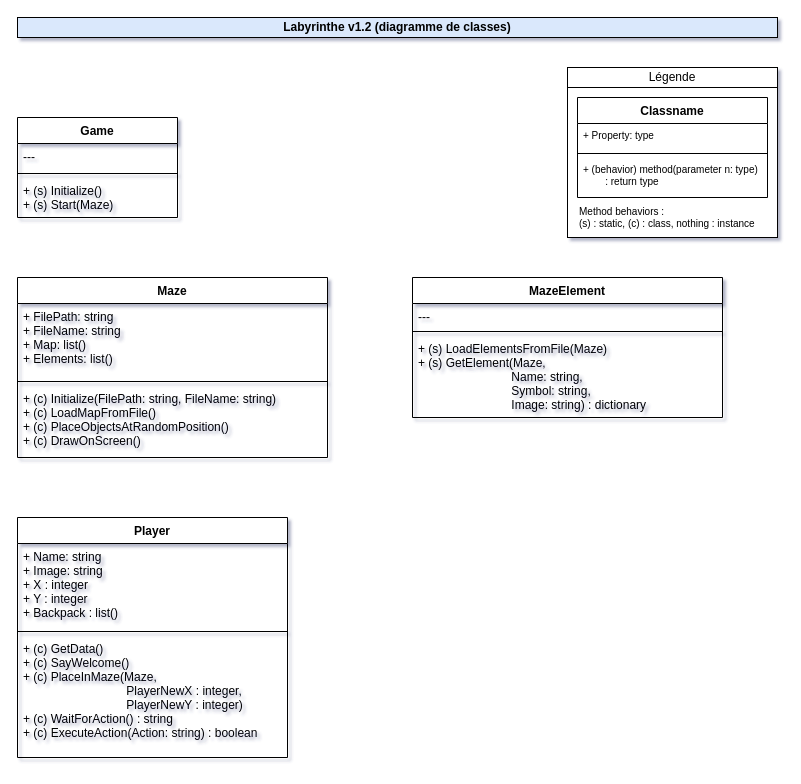
The draw.io diagram Documents/Class diagram - Maze v1.2.drawio in TheGoodBear/Python-5, before the edit. Source tidied: cells renumbered, new cells numbered last; positions are measured from the earlier drawing's top-left corner, leaving out a move shared by most shapes. Both pictures are drawn from the tidied source at 100%, with x=0, y=0 at pixel (17, 17).
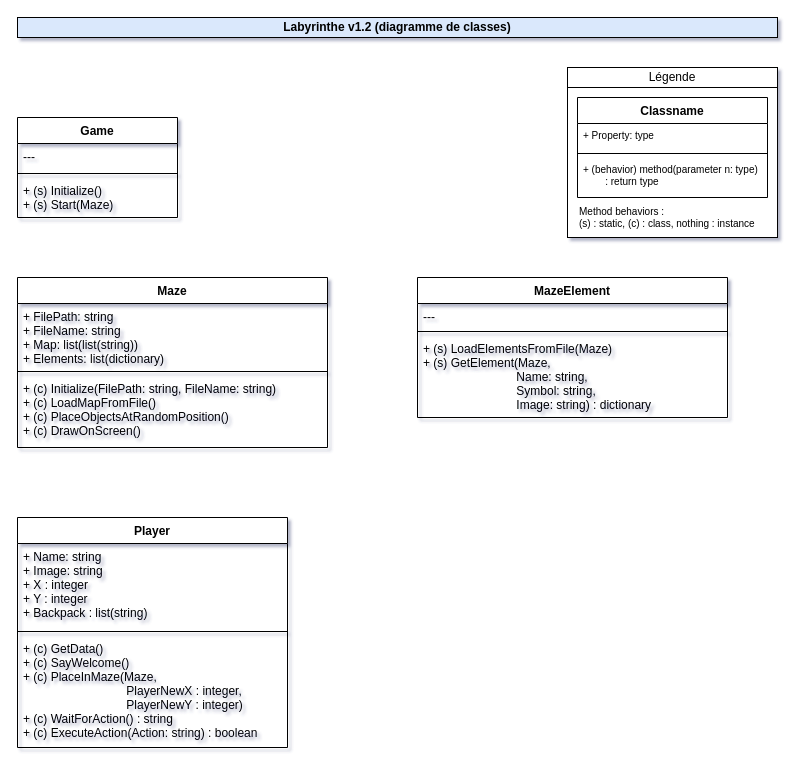
Above is the later version.

The edit, as a diff of the source:
```diff
@@
     <mxCell id="7" value="Maze" style="swimlane;fontStyle=1;align=center;verticalAlign=top;horizontal=1;startSize=26;" parent="1" vertex="1">
-      <mxGeometry y="260" width="310" height="180" as="geometry" />
+      <mxGeometry y="260" width="310" height="170" as="geometry" />
     </mxCell>
-    <mxCell id="8" value="+ FilePath: string&#10;+ FileName: string&#10;+ Map: list()&#10;+ Elements: list()" style="text;strokeColor=none;fillColor=none;align=left;verticalAlign=top;spacingLeft=4;spacingRight=4;overflow=hidden;" parent="7" vertex="1">
-      <mxGeometry y="26" width="310" height="74" as="geometry" />
+    <mxCell id="8" value="+ FilePath: string&#10;+ FileName: string&#10;+ Map: list(list(string))&#10;+ Elements: list(dictionary)" style="text;strokeColor=none;fillColor=none;align=left;verticalAlign=top;spacingLeft=4;spacingRight=4;overflow=hidden;" parent="7" vertex="1">
+      <mxGeometry y="26" width="310" height="64" as="geometry" />
     </mxCell>
     <mxCell id="9" style="line;strokeWidth=1;fillColor=none;align=left;verticalAlign=middle;spacingTop=-1;spacingLeft=3;spacingRight=3;labelPosition=right;" parent="7" vertex="1">
-      <mxGeometry y="100" width="310" height="8" as="geometry" />
+      <mxGeometry y="90" width="310" height="8" as="geometry" />
     </mxCell>
     <mxCell id="10" value="+ (c) Initialize(FilePath: string, FileName: string)&#10;+ (c) LoadMapFromFile()&#10;+ (c) PlaceObjectsAtRandomPosition()&#10;+ (c) DrawOnScreen()" style="text;strokeColor=none;fillColor=none;align=left;verticalAlign=top;spacingLeft=4;spacingRight=4;overflow=hidden;" parent="7" vertex="1">
-      <mxGeometry y="108" width="310" height="72" as="geometry" />
+      <mxGeometry y="98" width="310" height="72" as="geometry" />
     </mxCell>
@@
     <mxCell id="18" value="MazeElement" style="swimlane;fontStyle=1;align=center;verticalAlign=top;horizontal=1;startSize=26;" parent="1" vertex="1">
-      <mxGeometry x="395" y="260" width="310" height="140" as="geometry" />
+      <mxGeometry x="400" y="260" width="310" height="140" as="geometry" />
     </mxCell>
@@
     <mxCell id="22" value="Player" style="swimlane;fontStyle=1;align=center;verticalAlign=top;horizontal=1;startSize=26;" parent="1" vertex="1">
-      <mxGeometry y="500" width="270" height="240" as="geometry" />
+      <mxGeometry y="500" width="270" height="230" as="geometry" />
     </mxCell>
-    <mxCell id="23" value="+ Name: string&#10;+ Image: string&#10;+ X : integer&#10;+ Y : integer&#10;+ Backpack : list()" style="text;strokeColor=none;fillColor=none;align=left;verticalAlign=top;spacingLeft=4;spacingRight=4;overflow=hidden;" parent="22" vertex="1">
+    <mxCell id="23" value="+ Name: string&#10;+ Image: string&#10;+ X : integer&#10;+ Y : integer&#10;+ Backpack : list(string)" style="text;strokeColor=none;fillColor=none;align=left;verticalAlign=top;spacingLeft=4;spacingRight=4;overflow=hidden;" parent="22" vertex="1">
       <mxGeometry y="26" width="270" height="84" as="geometry" />
     </mxCell>
@@
     <mxCell id="25" value="+ (c) GetData()&#10;+ (c) SayWelcome()&#10;+ (c) PlaceInMaze(Maze,&#10;                               PlayerNewX : integer,&#10;                               PlayerNewY : integer)&#10;+ (c) WaitForAction() : string&#10;+ (c) ExecuteAction(Action: string) : boolean&#10;" style="text;strokeColor=none;fillColor=none;align=left;verticalAlign=top;spacingLeft=4;spacingRight=4;overflow=hidden;" parent="22" vertex="1">
-      <mxGeometry y="118" width="270" height="122" as="geometry" />
+      <mxGeometry y="118" width="270" height="112" as="geometry" />
     </mxCell>
```
